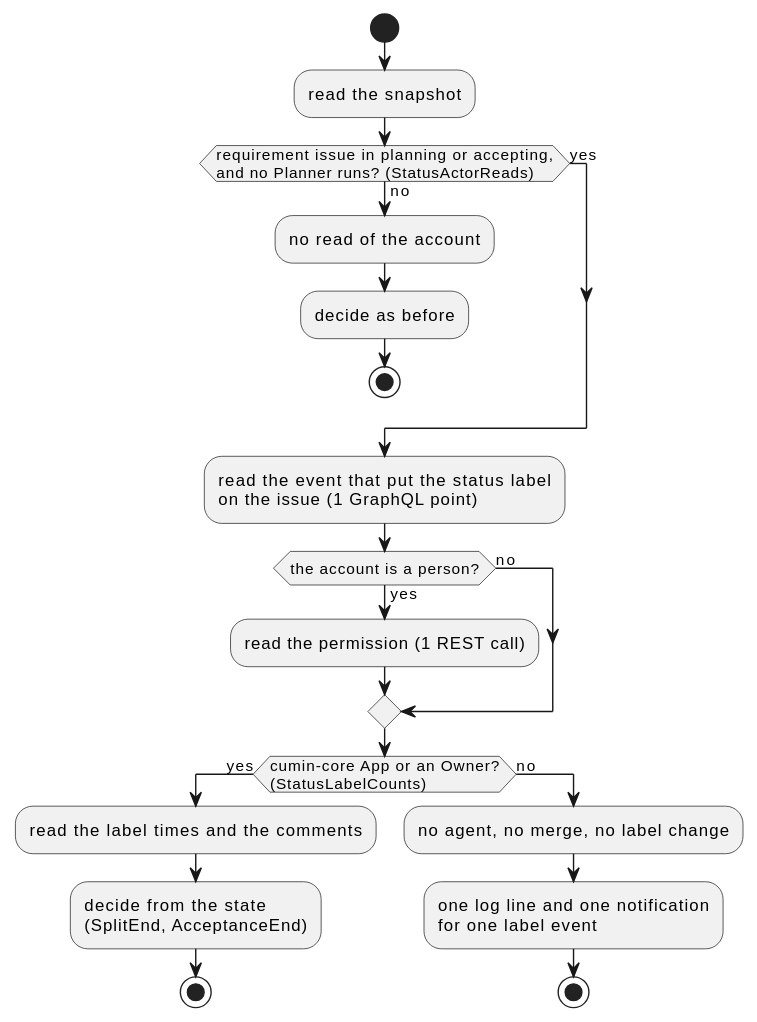
Above: docs/ja/designs/poll-status-actor.svg in cloveclovedev/cumin-works (PlantUML), before the change.
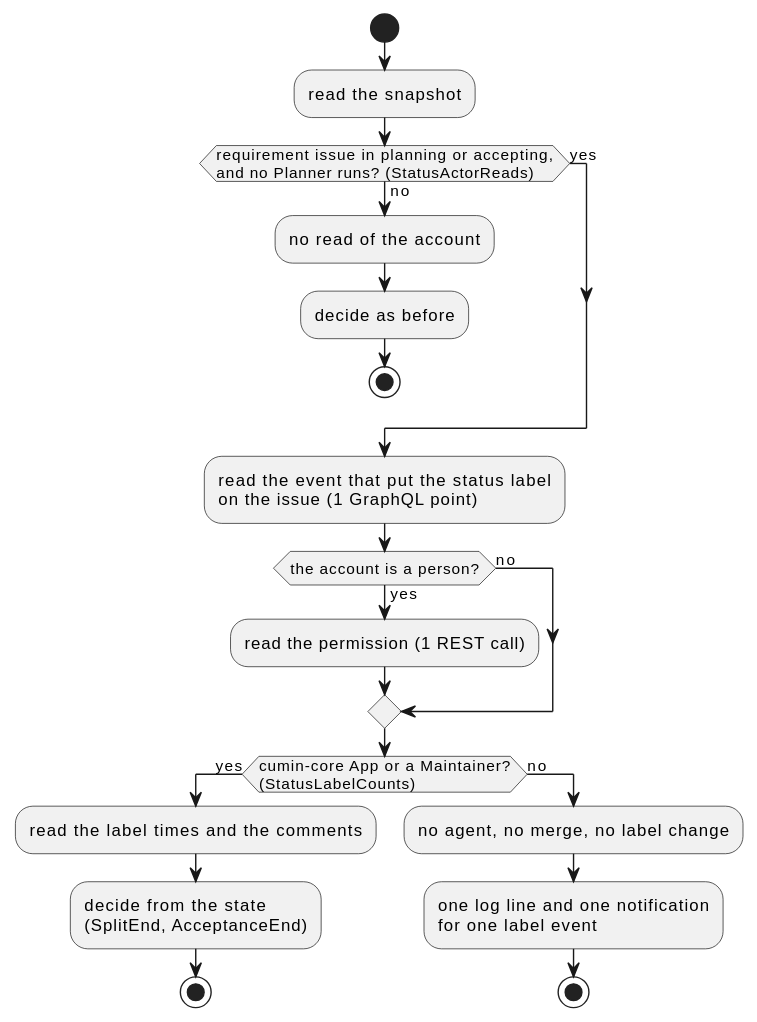
After the commit.

Diff of the diagram source:
```diff
@@ -15,7 +15,7 @@
   :read the permission (1 REST call);
 else (no)
 endif
-if (cumin-core App or an Owner?\n(StatusLabelCounts)) then (yes)
+if (cumin-core App or a Maintainer?\n(StatusLabelCounts)) then (yes)
   :read the label times and the comments;
   :decide from the state\n(SplitEnd, AcceptanceEnd);
   stop
```
